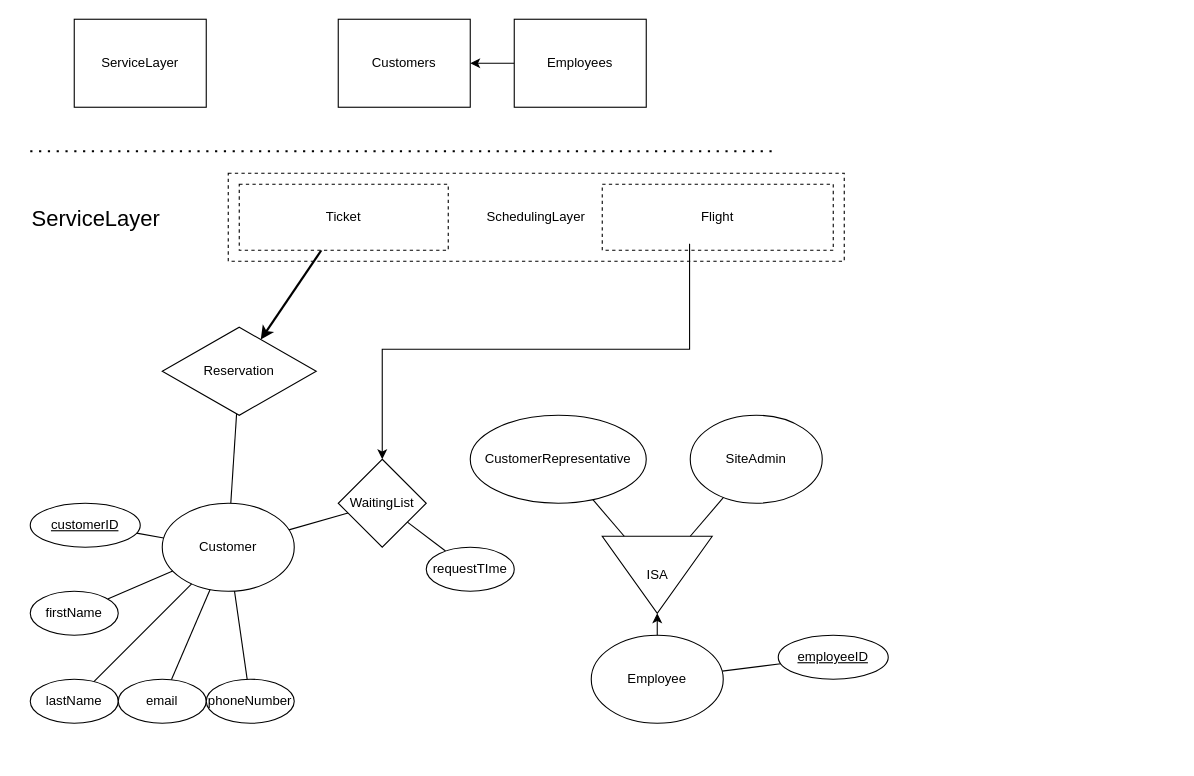
The draw.io diagram page "ServiceLayer" (5 of 5) of ERDiagram.drawio in kyle4036/DatabaseManagement2026Project1, before the edit. Source tidied: cells renumbered, new cells numbered last; positions are measured from the earlier drawing's top-left corner, leaving out a move shared by most shapes. Both pictures are drawn from the tidied source at 110%, with x=0, y=0 at pixel (30, 19).
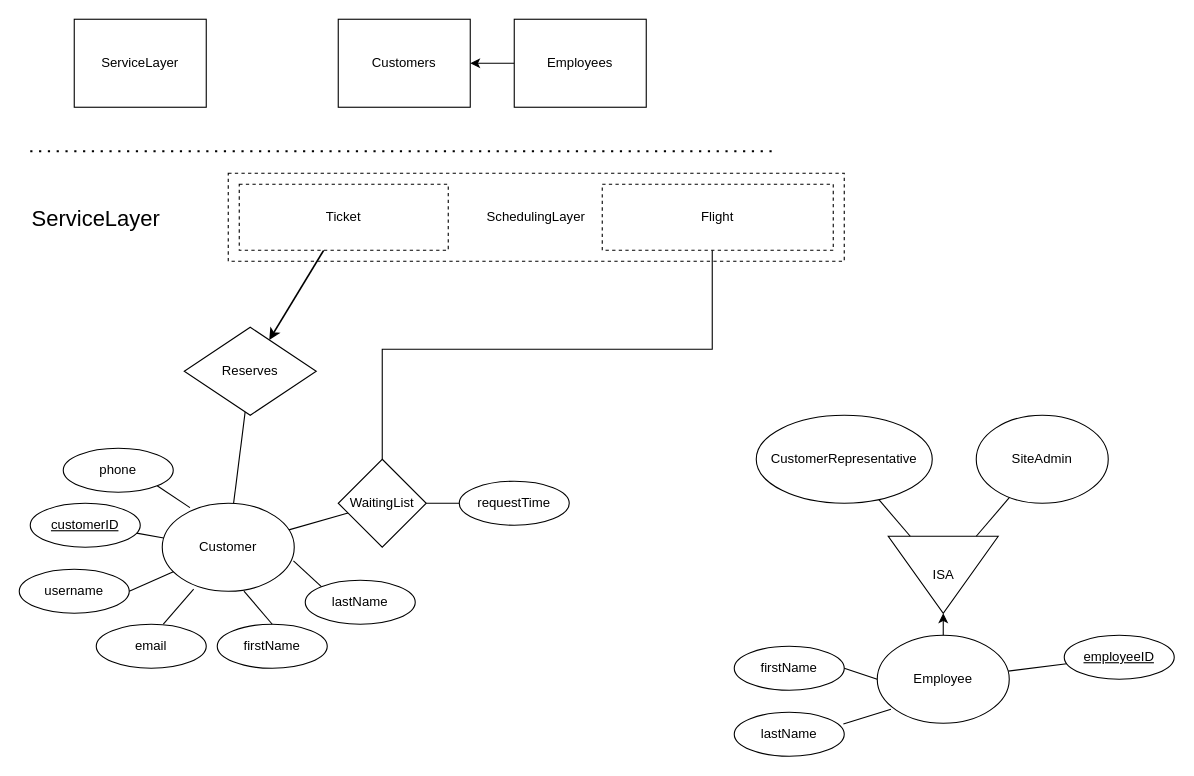
Above is the later version.

The change refers to these unchanged cells:
```xml
<mxCell id="11" value="Customer" style="ellipse;whiteSpace=wrap;html=1;" parent="1" vertex="1">
  <mxGeometry x="120" y="440" width="120" height="80" as="geometry" />
</mxCell>
<mxCell id="26" value="Ticket" style="rounded=0;whiteSpace=wrap;html=1;dashed=1;" parent="1" vertex="1">
  <mxGeometry x="190" y="150" width="190" height="60" as="geometry" />
</mxCell>
<mxCell id="27" value="WaitingList" style="rhombus;whiteSpace=wrap;html=1;" parent="1" vertex="1">
  <mxGeometry x="280" y="400" width="80" height="80" as="geometry" />
</mxCell>
<mxCell id="28" value="Flight" style="rounded=0;whiteSpace=wrap;html=1;dashed=1;" parent="1" vertex="1">
  <mxGeometry x="520" y="150" width="210" height="60" as="geometry" />
</mxCell>
```

The edit, as a diff of the source:
```diff
@@
-    <mxCell id="9" style="rounded=0;jettySize=auto;html=1;endArrow=none;endFill=0;" parent="1" edge="1" source="11" target="25">
-      <mxGeometry relative="1" as="geometry" />
-    </mxCell>
+    <mxCell id="41" style="rounded=0;jettySize=auto;html=1;endArrow=none;endFill=0;" parent="1" edge="1" source="11" target="43">
+      <mxGeometry relative="1" as="geometry" />
+    </mxCell>
@@
     <mxCell id="13" value="Employee" style="ellipse;whiteSpace=wrap;html=1;" parent="1" vertex="1">
-      <mxGeometry x="510" y="560" width="120" height="80" as="geometry" />
+      <mxGeometry x="770" y="560" width="120" height="80" as="geometry" />
     </mxCell>
     <mxCell id="14" value="CustomerRepresentative" style="ellipse;whiteSpace=wrap;html=1;" parent="1" vertex="1">
-      <mxGeometry x="400" y="360" width="160" height="80" as="geometry" />
+      <mxGeometry x="660" y="360" width="160" height="80" as="geometry" />
     </mxCell>
     <mxCell id="15" value="SiteAdmin" style="ellipse;whiteSpace=wrap;html=1;" parent="1" vertex="1">
-      <mxGeometry x="600" y="360" width="120" height="80" as="geometry" />
+      <mxGeometry x="860" y="360" width="120" height="80" as="geometry" />
     </mxCell>
@@
     <mxCell id="17" style="group;" parent="1" vertex="1">
-      <mxGeometry x="520" y="470" width="100" height="70" as="geometry" />
+      <mxGeometry x="780" y="470" width="100" height="70" as="geometry" />
     </mxCell>
@@
-    <mxCell id="24" style="rounded=0;jettySize=auto;html=1;endArrow=none;endFill=0;startArrow=classic;startFill=1;strokeWidth=2;" parent="1" edge="1" source="25" target="26">
-      <mxGeometry relative="1" as="geometry" />
-    </mxCell>
-    <mxCell id="25" value="&lt;span style=&quot;background-color: transparent; color: light-dark(rgb(0, 0, 0), rgb(255, 255, 255));&quot;&gt;Reservation&lt;/span&gt;" style="rhombus;whiteSpace=wrap;html=1;" parent="1" vertex="1">
-      <mxGeometry x="120" y="280" width="140" height="80" as="geometry" />
-    </mxCell>
+    <mxCell id="42" style="rounded=0;jettySize=auto;html=1;endArrow=none;endFill=0;startArrow=classic;startFill=1;fontStyle=0;startSize=6;endSize=6;strokeWidth=1.5;" parent="1" edge="1" source="43" target="26">
+      <mxGeometry relative="1" as="geometry" />
+    </mxCell>
+    <mxCell id="43" value="Reserves" style="rhombus;whiteSpace=wrap;html=1;" parent="1" vertex="1">
+      <mxGeometry x="140" y="280" width="120" height="80" as="geometry" />
+    </mxCell>
@@
-    <mxCell id="29" style="edgeStyle=orthogonalEdgeStyle;rounded=0;jettySize=auto;html=1;entryX=0.378;entryY=0.9;entryDx=0;entryDy=0;entryPerimeter=0;endArrow=none;endFill=0;startArrow=classic;startFill=1;" parent="1" edge="1" source="27" target="28">
+    <mxCell id="29" style="edgeStyle=orthogonalEdgeStyle;rounded=0;jettySize=auto;html=1;endArrow=none;endFill=0;startArrow=none;startFill=0;" parent="1" edge="1" source="27">
       <mxGeometry relative="1" as="geometry">
+        <mxPoint x="620" y="210" as="targetPoint" />
         <Array as="points">
           <mxPoint x="320" y="300" />
-          <mxPoint x="599" y="300" />
+          <mxPoint x="620" y="300" />
+          <mxPoint x="620" y="210" />
         </Array>
       </mxGeometry>
     </mxCell>
     <mxCell id="30" value="employeeID" style="ellipse;whiteSpace=wrap;html=1;align=center;fontStyle=4;" parent="1" vertex="1">
-      <mxGeometry x="680" y="560" width="100" height="40" as="geometry" />
+      <mxGeometry x="940" y="560" width="100" height="40" as="geometry" />
     </mxCell>
-    <mxCell id="31" style="rounded=0;jettySize=auto;html=1;endArrow=none;endFill=0;" parent="1" edge="1" source="32" target="11">
-      <mxGeometry relative="1" as="geometry" />
-    </mxCell>
-    <mxCell id="32" value="firstName" style="ellipse;whiteSpace=wrap;html=1;" parent="1" vertex="1">
-      <mxGeometry y="520" width="80" height="40" as="geometry" />
-    </mxCell>
-    <mxCell id="33" value="lastName" style="ellipse;whiteSpace=wrap;html=1;" parent="1" vertex="1">
-      <mxGeometry y="600" width="80" height="40" as="geometry" />
-    </mxCell>
+    <mxCell id="35" value="email" style="ellipse;whiteSpace=wrap;html=1;align=center;fontStyle=0;" parent="1" vertex="1">
+      <mxGeometry x="60" y="550" width="100" height="40" as="geometry" />
+    </mxCell>
+    <mxCell id="44" value="username" style="ellipse;whiteSpace=wrap;html=1;align=center;fontStyle=0;" parent="1" vertex="1">
+      <mxGeometry x="-10" y="500" width="100" height="40" as="geometry" />
+    </mxCell>
+    <mxCell id="45" style="rounded=0;jettySize=auto;html=1;endArrow=none;endFill=0;entryX=1;entryY=0.5;entryDx=0;entryDy=0;" parent="1" edge="1" source="11" target="44">
+      <mxGeometry relative="1" as="geometry" />
+    </mxCell>
-    <mxCell id="34" style="rounded=0;jettySize=auto;html=1;endArrow=none;endFill=0;" parent="1" edge="1" source="35" target="11">
+    <mxCell id="34" style="rounded=0;jettySize=auto;html=1;endArrow=none;endFill=0;exitX=0.61;exitY=-0.004;exitDx=0;exitDy=0;entryX=0.238;entryY=0.977;entryDx=0;entryDy=0;entryPerimeter=0;exitPerimeter=0;" parent="1" edge="1" source="35" target="11">
       <mxGeometry relative="1" as="geometry" />
     </mxCell>
-    <mxCell id="35" value="email" style="ellipse;whiteSpace=wrap;html=1;" parent="1" vertex="1">
-      <mxGeometry x="80" y="600" width="80" height="40" as="geometry" />
-    </mxCell>
-    <mxCell id="36" style="rounded=0;jettySize=auto;html=1;endArrow=none;endFill=0;" parent="1" edge="1" source="37" target="11">
-      <mxGeometry relative="1" as="geometry" />
-    </mxCell>
-    <mxCell id="37" value="phoneNumber" style="ellipse;whiteSpace=wrap;html=1;" parent="1" vertex="1">
-      <mxGeometry x="160" y="600" width="80" height="40" as="geometry" />
-    </mxCell>
-    <mxCell id="38" style="rounded=0;jettySize=auto;html=1;endArrow=none;endFill=0;" parent="1" edge="1" source="33" target="11">
-      <mxGeometry relative="1" as="geometry" />
-    </mxCell>
-    <mxCell id="39" style="rounded=0;jettySize=auto;html=1;endArrow=none;endFill=0;" parent="1" edge="1" source="40" target="27">
-      <mxGeometry relative="1" as="geometry" />
-    </mxCell>
-    <mxCell id="40" value="requestTIme" style="ellipse;whiteSpace=wrap;html=1;" parent="1" vertex="1">
-      <mxGeometry x="360" y="480" width="80" height="40" as="geometry" />
-    </mxCell>
+    <mxCell id="46" value="requestTime" style="ellipse;whiteSpace=wrap;html=1;align=center;fontStyle=0;" parent="1" vertex="1">
+      <mxGeometry x="390" y="420" width="100" height="40" as="geometry" />
+    </mxCell>
+    <mxCell id="47" style="rounded=0;jettySize=auto;html=1;endArrow=none;endFill=0;exitX=1;exitY=0.5;exitDx=0;exitDy=0;entryX=0;entryY=0.5;entryDx=0;entryDy=0;" parent="1" edge="1" source="27" target="46">
+      <mxGeometry relative="1" as="geometry" />
+    </mxCell>
+    <mxCell id="48" value="&lt;div&gt;firstName&lt;/div&gt;" style="ellipse;whiteSpace=wrap;html=1;align=center;fontStyle=0;" parent="1" vertex="1">
+      <mxGeometry x="170" y="550" width="100" height="40" as="geometry" />
+    </mxCell>
+    <mxCell id="49" value="&lt;div&gt;lastName&lt;/div&gt;" style="ellipse;whiteSpace=wrap;html=1;align=center;fontStyle=0;" parent="1" vertex="1">
+      <mxGeometry x="250" y="510" width="100" height="40" as="geometry" />
+    </mxCell>
+    <mxCell id="50" style="rounded=0;jettySize=auto;html=1;endArrow=none;endFill=0;exitX=0.5;exitY=0;exitDx=0;exitDy=0;entryX=0.619;entryY=0.998;entryDx=0;entryDy=0;entryPerimeter=0;" parent="1" edge="1" source="48" target="11">
+      <mxGeometry relative="1" as="geometry" />
+    </mxCell>
+    <mxCell id="51" style="rounded=0;jettySize=auto;html=1;endArrow=none;endFill=0;exitX=0;exitY=0;exitDx=0;exitDy=0;entryX=0.994;entryY=0.654;entryDx=0;entryDy=0;entryPerimeter=0;" parent="1" edge="1" source="49" target="11">
+      <mxGeometry relative="1" as="geometry" />
+    </mxCell>
+    <mxCell id="52" style="rounded=0;jettySize=auto;html=1;endArrow=none;endFill=0;exitX=0.21;exitY=0.05;exitDx=0;exitDy=0;entryX=1;entryY=1;entryDx=0;entryDy=0;exitPerimeter=0;" parent="1" edge="1" source="11" target="53">
+      <mxGeometry relative="1" as="geometry" />
+    </mxCell>
+    <mxCell id="53" value="phone" style="ellipse;whiteSpace=wrap;html=1;align=center;fontStyle=0;" parent="1" vertex="1">
+      <mxGeometry x="30" y="390" width="100" height="40" as="geometry" />
+    </mxCell>
+    <mxCell id="54" value="&lt;div&gt;firstName&lt;/div&gt;" style="ellipse;whiteSpace=wrap;html=1;align=center;fontStyle=0;" parent="1" vertex="1">
+      <mxGeometry x="640" y="570" width="100" height="40" as="geometry" />
+    </mxCell>
+    <mxCell id="55" value="&lt;div&gt;lastName&lt;/div&gt;" style="ellipse;whiteSpace=wrap;html=1;align=center;fontStyle=0;" parent="1" vertex="1">
+      <mxGeometry x="640" y="630" width="100" height="40" as="geometry" />
+    </mxCell>
+    <mxCell id="56" style="rounded=0;jettySize=auto;html=1;endArrow=none;endFill=0;exitX=0.104;exitY=0.842;exitDx=0;exitDy=0;entryX=0.992;entryY=0.267;entryDx=0;entryDy=0;exitPerimeter=0;entryPerimeter=0;" parent="1" edge="1" source="13" target="55">
+      <mxGeometry relative="1" as="geometry" />
+    </mxCell>
+    <mxCell id="57" style="rounded=0;jettySize=auto;html=1;endArrow=none;endFill=0;exitX=0;exitY=0.5;exitDx=0;exitDy=0;entryX=1;entryY=0.5;entryDx=0;entryDy=0;" parent="1" edge="1" source="13" target="54">
+      <mxGeometry relative="1" as="geometry" />
+    </mxCell>
```
